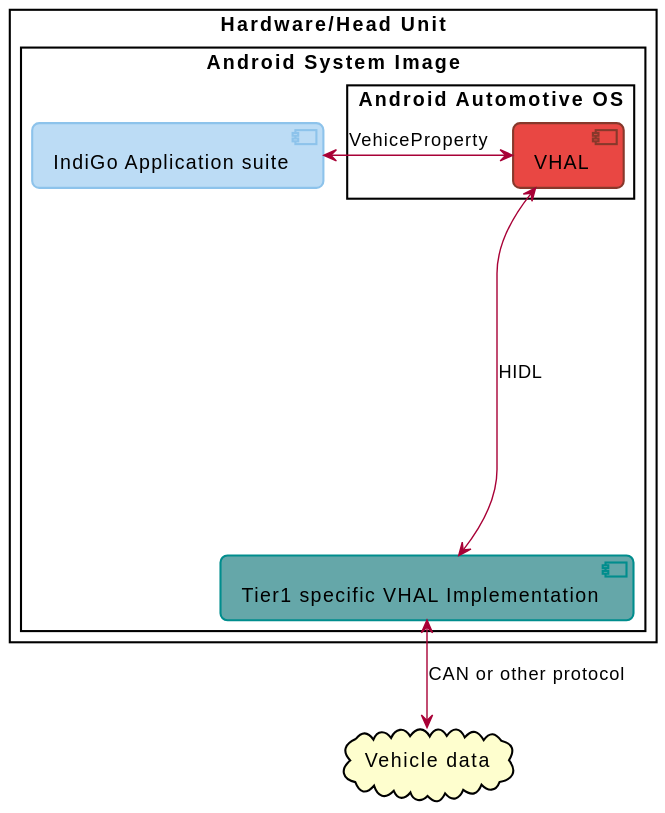
This is docs/portal/src/documentation/integrating-tomtom-indigo/images/integrating_in_vehicle_system_overview.svg from IngoHaumann-TomTom/tomtom-digital-cockpit-sdk-examples, a PlantUML export, as it was before one commit.
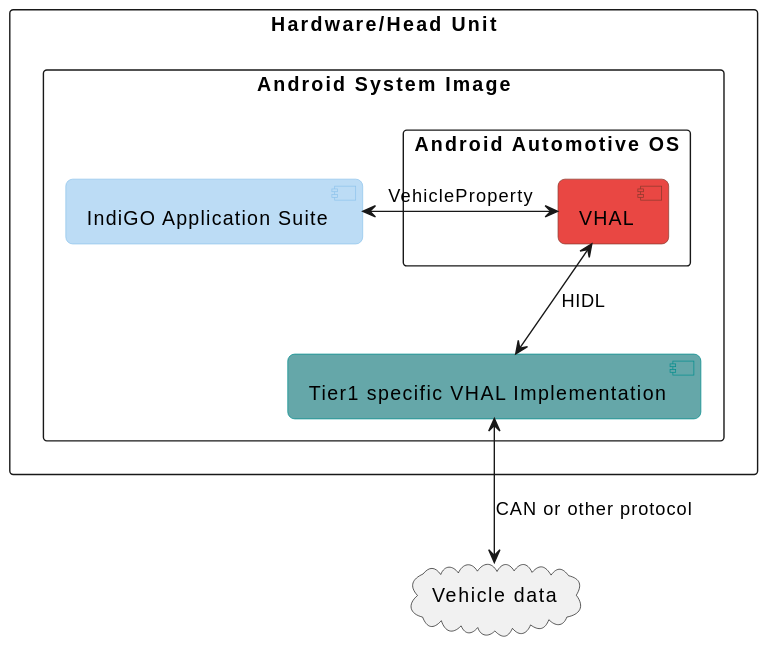
After the commit.

Commit message:
Merged PR 23185: Fix typos in the "Integrating IndiGO into the vehicle" diagram

What changed in the source:
```diff
@@ -6,14 +6,14 @@
 
 package "Hardware/Head Unit" {
     package "Android System Image"{
-        component "IndiGo Application suite" as Indigo<<Frontend>>
+        component "IndiGO Application Suite" as Indigo<<Frontend>>
         package "Android Automotive OS"{
             component "VHAL" as VHAL<<AndroidService>>
         }
         component "Tier1 specific VHAL Implementation" as VHALService <<Android>>
     }
 }
-Indigo <-> VHAL:VehiceProperty
+Indigo <-> VHAL:VehicleProperty
 VHAL <--> VHALService:HIDL
 VHALService <--> VehicleData:CAN or other protocol
 @enduml
```
